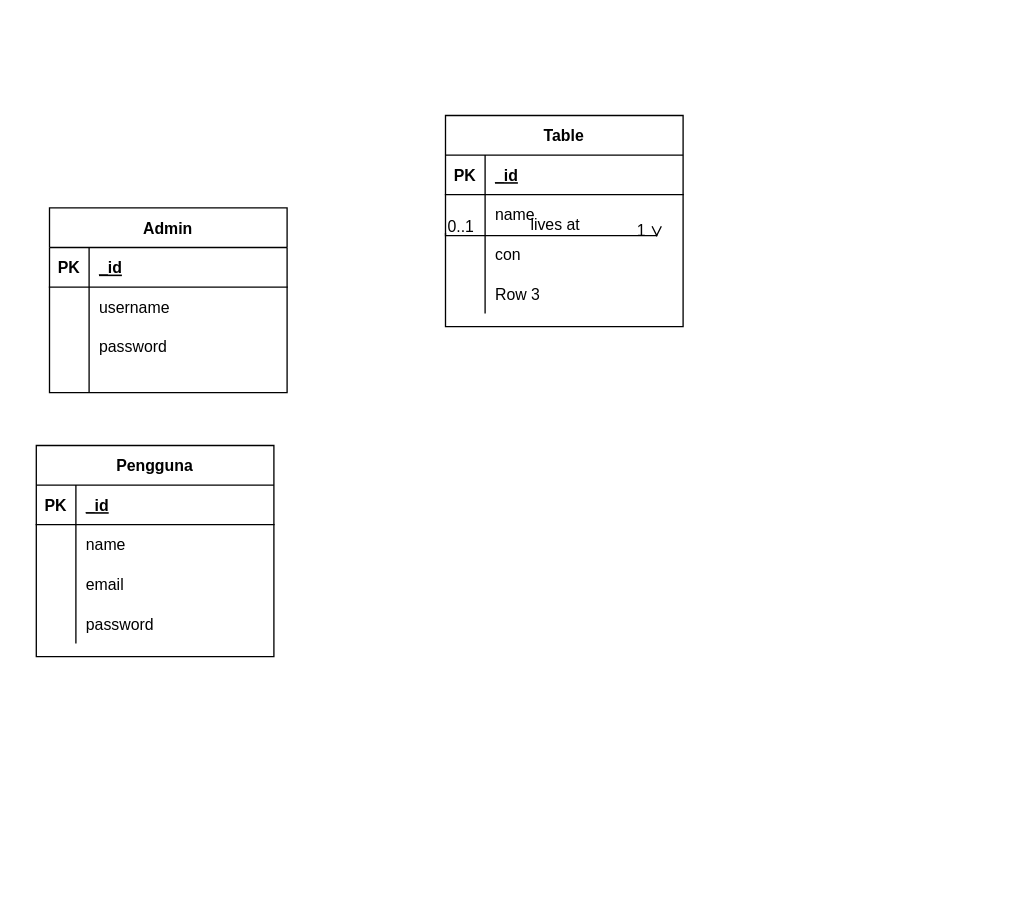
zarmintaa/Skripsi keeps this draw.io diagram as Untitled Diagram.drawio. Above is the earlier version. Source tidied: cells renumbered, new cells numbered last; positions are measured from the earlier drawing's top-left corner, leaving out a move shared by most shapes. Both pictures are drawn from the tidied source at 132%, with x=0, y=0 at pixel (36, 115).
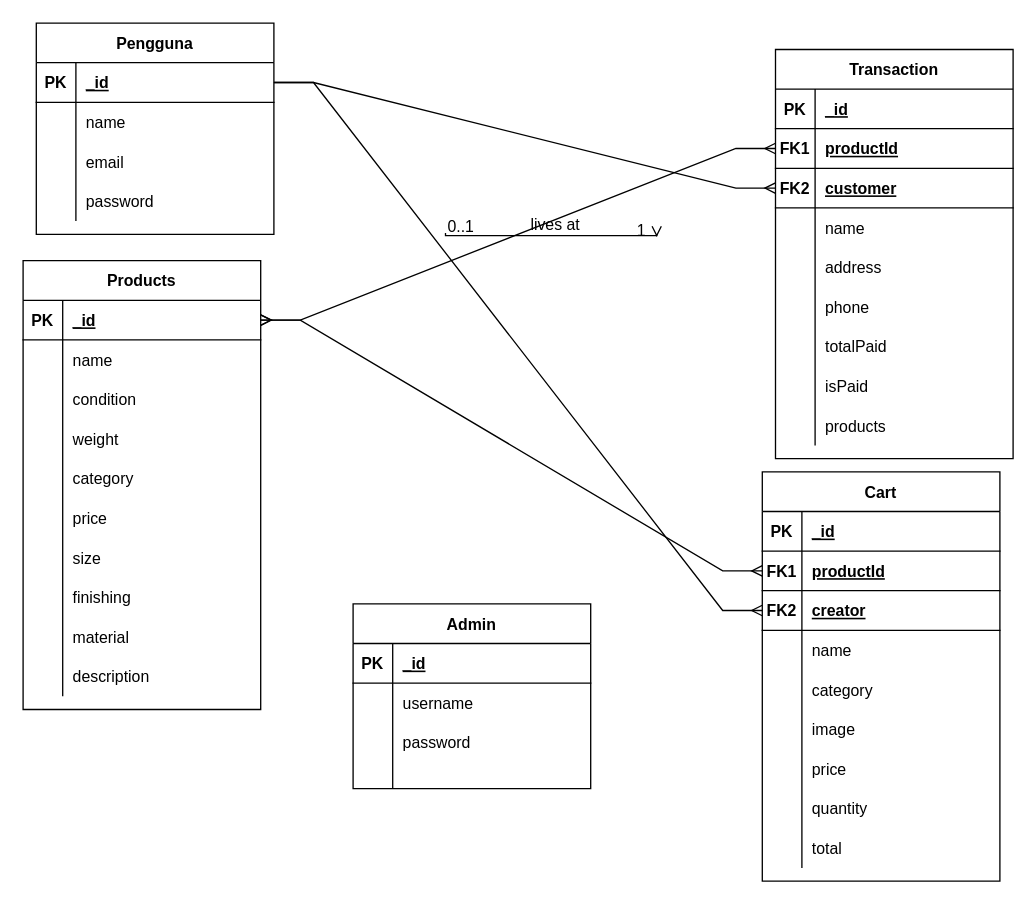
The same diagram, later.

Unchanged cells that the change refers to:
```xml
<mxCell id="20" style="shape=tableRow;horizontal=0;startSize=0;swimlaneHead=0;swimlaneBody=0;fillColor=none;points=[[0,0.5],[1,0.5]];portConstraint=eastwest;top=0;left=0;right=0;bottom=1;" parent="19" vertex="1">
  <mxGeometry y="30" width="180" height="30" as="geometry" />
</mxCell>
<mxCell id="33" style="shape=tableRow;horizontal=0;startSize=0;swimlaneHead=0;swimlaneBody=0;fillColor=none;points=[[0,0.5],[1,0.5]];portConstraint=eastwest;top=0;left=0;right=0;bottom=1;" parent="32" vertex="1">
  <mxGeometry y="30" width="180" height="30" as="geometry" />
</mxCell>
<mxCell id="39" style="shape=tableRow;horizontal=0;startSize=0;swimlaneHead=0;swimlaneBody=0;fillColor=none;top=0;left=0;right=0;bottom=0;" parent="32" vertex="1">
  <mxGeometry y="90" width="180" height="30" as="geometry" />
</mxCell>
<mxCell id="42" style="shape=tableRow;horizontal=0;startSize=0;swimlaneHead=0;swimlaneBody=0;fillColor=none;top=0;left=0;right=0;bottom=0;" parent="32" vertex="1">
  <mxGeometry y="120" width="180" height="30" as="geometry" />
</mxCell>
```

Change to the diagram source:
```diff
@@
     <mxCell id="6" value="Admin" style="shape=table;startSize=30;childLayout=tableLayout;rowLines=0;fontStyle=1;align=center;" parent="1" vertex="1">
-      <mxGeometry x="10" y="70" width="180" height="140" as="geometry" />
+      <mxGeometry x="240" y="370" width="180" height="140" as="geometry" />
     </mxCell>
@@
     <mxCell id="19" value="Pengguna" style="shape=table;startSize=30;childLayout=tableLayout;rowLines=0;fontStyle=1;align=center;" parent="1" vertex="1">
-      <mxGeometry y="250" width="180" height="160" as="geometry" />
+      <mxGeometry y="-70" width="180" height="160" as="geometry" />
     </mxCell>
@@
-    <mxCell id="32" value="Table" style="shape=table;startSize=30;childLayout=tableLayout;rowLines=0;fontStyle=1;align=center;" parent="1" vertex="1">
-      <mxGeometry x="310" width="180" height="160" as="geometry" />
+    <mxCell id="32" value="Products" style="shape=table;startSize=30;childLayout=tableLayout;rowLines=0;fontStyle=1;align=center;" parent="1" vertex="1">
+      <mxGeometry x="-10" y="110" width="180" height="340" as="geometry" />
     </mxCell>
@@
-    <mxCell id="41" value="con" style="shape=partialRectangle;fillColor=none;top=0;left=0;bottom=0;right=0;align=left;spacingLeft=6;overflow=hidden;" parent="39" vertex="1">
+    <mxCell id="41" value="condition" style="shape=partialRectangle;fillColor=none;top=0;left=0;bottom=0;right=0;align=left;spacingLeft=6;overflow=hidden;" parent="39" vertex="1">
       <mxGeometry x="30" width="150" height="30" as="geometry" />
     </mxCell>
@@
-    <mxCell id="44" value="Row 3" style="shape=partialRectangle;fillColor=none;top=0;left=0;bottom=0;right=0;align=left;spacingLeft=6;overflow=hidden;" parent="42" vertex="1">
+    <mxCell id="44" value="weight" style="shape=partialRectangle;fillColor=none;top=0;left=0;bottom=0;right=0;align=left;spacingLeft=6;overflow=hidden;" parent="42" vertex="1">
       <mxGeometry x="30" width="150" height="30" as="geometry" />
     </mxCell>
+    <mxCell id="45" style="shape=tableRow;horizontal=0;startSize=0;swimlaneHead=0;swimlaneBody=0;fillColor=none;top=0;left=0;right=0;bottom=0;" parent="32" vertex="1">
+      <mxGeometry y="150" width="180" height="30" as="geometry" />
+    </mxCell>
+    <mxCell id="46" style="shape=partialRectangle;fillColor=none;top=0;left=0;bottom=0;right=0;overflow=hidden;" parent="45" vertex="1">
+      <mxGeometry width="30" height="30" as="geometry" />
+    </mxCell>
+    <mxCell id="47" value="category" style="shape=partialRectangle;fillColor=none;top=0;left=0;bottom=0;right=0;align=left;spacingLeft=6;overflow=hidden;" parent="45" vertex="1">
+      <mxGeometry x="30" width="150" height="30" as="geometry" />
+    </mxCell>
+    <mxCell id="48" style="shape=tableRow;horizontal=0;startSize=0;swimlaneHead=0;swimlaneBody=0;fillColor=none;top=0;left=0;right=0;bottom=0;" parent="32" vertex="1">
+      <mxGeometry y="180" width="180" height="30" as="geometry" />
+    </mxCell>
+    <mxCell id="49" style="shape=partialRectangle;fillColor=none;top=0;left=0;bottom=0;right=0;overflow=hidden;" parent="48" vertex="1">
+      <mxGeometry width="30" height="30" as="geometry" />
+    </mxCell>
+    <mxCell id="50" value="price" style="shape=partialRectangle;fillColor=none;top=0;left=0;bottom=0;right=0;align=left;spacingLeft=6;overflow=hidden;" parent="48" vertex="1">
+      <mxGeometry x="30" width="150" height="30" as="geometry" />
+    </mxCell>
+    <mxCell id="51" style="shape=tableRow;horizontal=0;startSize=0;swimlaneHead=0;swimlaneBody=0;fillColor=none;top=0;left=0;right=0;bottom=0;" parent="32" vertex="1">
+      <mxGeometry y="210" width="180" height="30" as="geometry" />
+    </mxCell>
+    <mxCell id="52" style="shape=partialRectangle;fillColor=none;top=0;left=0;bottom=0;right=0;overflow=hidden;" parent="51" vertex="1">
+      <mxGeometry width="30" height="30" as="geometry" />
+    </mxCell>
+    <mxCell id="53" value="size" style="shape=partialRectangle;fillColor=none;top=0;left=0;bottom=0;right=0;align=left;spacingLeft=6;overflow=hidden;" parent="51" vertex="1">
+      <mxGeometry x="30" width="150" height="30" as="geometry" />
+    </mxCell>
+    <mxCell id="54" style="shape=tableRow;horizontal=0;startSize=0;swimlaneHead=0;swimlaneBody=0;fillColor=none;top=0;left=0;right=0;bottom=0;" parent="32" vertex="1">
+      <mxGeometry y="240" width="180" height="30" as="geometry" />
+    </mxCell>
+    <mxCell id="55" style="shape=partialRectangle;fillColor=none;top=0;left=0;bottom=0;right=0;overflow=hidden;" parent="54" vertex="1">
+      <mxGeometry width="30" height="30" as="geometry" />
+    </mxCell>
+    <mxCell id="56" value="finishing" style="shape=partialRectangle;fillColor=none;top=0;left=0;bottom=0;right=0;align=left;spacingLeft=6;overflow=hidden;" parent="54" vertex="1">
+      <mxGeometry x="30" width="150" height="30" as="geometry" />
+    </mxCell>
+    <mxCell id="57" style="shape=tableRow;horizontal=0;startSize=0;swimlaneHead=0;swimlaneBody=0;fillColor=none;top=0;left=0;right=0;bottom=0;" parent="32" vertex="1">
+      <mxGeometry y="270" width="180" height="30" as="geometry" />
+    </mxCell>
+    <mxCell id="58" style="shape=partialRectangle;fillColor=none;top=0;left=0;bottom=0;right=0;overflow=hidden;" parent="57" vertex="1">
+      <mxGeometry width="30" height="30" as="geometry" />
+    </mxCell>
+    <mxCell id="59" value="material" style="shape=partialRectangle;fillColor=none;top=0;left=0;bottom=0;right=0;align=left;spacingLeft=6;overflow=hidden;" parent="57" vertex="1">
+      <mxGeometry x="30" width="150" height="30" as="geometry" />
+    </mxCell>
+    <mxCell id="60" style="shape=tableRow;horizontal=0;startSize=0;swimlaneHead=0;swimlaneBody=0;fillColor=none;top=0;left=0;right=0;bottom=0;" parent="32" vertex="1">
+      <mxGeometry y="300" width="180" height="30" as="geometry" />
+    </mxCell>
+    <mxCell id="61" style="shape=partialRectangle;fillColor=none;top=0;left=0;bottom=0;right=0;overflow=hidden;" parent="60" vertex="1">
+      <mxGeometry width="30" height="30" as="geometry" />
+    </mxCell>
+    <mxCell id="62" value="description" style="shape=partialRectangle;fillColor=none;top=0;left=0;bottom=0;right=0;align=left;spacingLeft=6;overflow=hidden;" parent="60" vertex="1">
+      <mxGeometry x="30" width="150" height="30" as="geometry" />
+    </mxCell>
+    <mxCell id="63" value="Cart" style="shape=table;startSize=30;childLayout=tableLayout;rowLines=0;fontStyle=1;align=center;strokeColor=default;" parent="1" vertex="1">
+      <mxGeometry x="550" y="270" width="180" height="310" as="geometry" />
+    </mxCell>
+    <mxCell id="64" style="shape=tableRow;horizontal=0;startSize=0;swimlaneHead=0;swimlaneBody=0;fillColor=none;top=0;left=0;right=0;bottom=1;strokeColor=default;" parent="63" vertex="1">
+      <mxGeometry y="30" width="180" height="30" as="geometry" />
+    </mxCell>
+    <mxCell id="65" value="PK" style="shape=partialRectangle;fillColor=none;top=0;left=0;bottom=0;right=0;fontStyle=1;overflow=hidden;strokeColor=default;" parent="64" vertex="1">
+      <mxGeometry width="30" height="30" as="geometry" />
+    </mxCell>
+    <mxCell id="66" value="_id" style="shape=partialRectangle;fillColor=none;top=0;left=0;bottom=0;right=0;align=left;spacingLeft=6;fontStyle=5;overflow=hidden;strokeColor=default;" parent="64" vertex="1">
+      <mxGeometry x="30" width="150" height="30" as="geometry" />
+    </mxCell>
+    <mxCell id="67" style="shape=tableRow;horizontal=0;startSize=0;swimlaneHead=0;swimlaneBody=0;fillColor=none;points=[[0,0.5],[1,0.5]];portConstraint=eastwest;top=0;left=0;right=0;bottom=1;strokeColor=default;" parent="63" vertex="1">
+      <mxGeometry y="60" width="180" height="30" as="geometry" />
+    </mxCell>
+    <mxCell id="68" value="FK1" style="shape=partialRectangle;fillColor=none;top=0;left=0;bottom=0;right=0;fontStyle=1;overflow=hidden;strokeColor=default;" parent="67" vertex="1">
+      <mxGeometry width="30" height="30" as="geometry" />
+    </mxCell>
+    <mxCell id="69" value="productId" style="shape=partialRectangle;fillColor=none;top=0;left=0;bottom=0;right=0;align=left;spacingLeft=6;fontStyle=5;overflow=hidden;strokeColor=default;" parent="67" vertex="1">
+      <mxGeometry x="30" width="150" height="30" as="geometry" />
+    </mxCell>
+    <mxCell id="70" style="shape=tableRow;horizontal=0;startSize=0;swimlaneHead=0;swimlaneBody=0;fillColor=none;points=[[0,0.5],[1,0.5]];portConstraint=eastwest;top=0;left=0;right=0;bottom=1;strokeColor=default;" parent="63" vertex="1">
+      <mxGeometry y="90" width="180" height="30" as="geometry" />
+    </mxCell>
+    <mxCell id="71" value="FK2" style="shape=partialRectangle;fillColor=none;top=0;left=0;bottom=0;right=0;fontStyle=1;overflow=hidden;strokeColor=default;" parent="70" vertex="1">
+      <mxGeometry width="30" height="30" as="geometry" />
+    </mxCell>
+    <mxCell id="72" value="creator" style="shape=partialRectangle;fillColor=none;top=0;left=0;bottom=0;right=0;align=left;spacingLeft=6;fontStyle=5;overflow=hidden;strokeColor=default;" parent="70" vertex="1">
+      <mxGeometry x="30" width="150" height="30" as="geometry" />
+    </mxCell>
+    <mxCell id="73" style="shape=tableRow;horizontal=0;startSize=0;swimlaneHead=0;swimlaneBody=0;fillColor=none;top=0;left=0;right=0;bottom=0;strokeColor=default;" parent="63" vertex="1">
+      <mxGeometry y="120" width="180" height="30" as="geometry" />
+    </mxCell>
+    <mxCell id="74" style="shape=partialRectangle;fillColor=none;top=0;left=0;bottom=0;right=0;overflow=hidden;strokeColor=default;" parent="73" vertex="1">
+      <mxGeometry width="30" height="30" as="geometry" />
+    </mxCell>
+    <mxCell id="75" value="name" style="shape=partialRectangle;fillColor=none;top=0;left=0;bottom=0;right=0;align=left;spacingLeft=6;overflow=hidden;strokeColor=default;" parent="73" vertex="1">
+      <mxGeometry x="30" width="150" height="30" as="geometry" />
+    </mxCell>
+    <mxCell id="76" style="shape=tableRow;horizontal=0;startSize=0;swimlaneHead=0;swimlaneBody=0;fillColor=none;top=0;left=0;right=0;bottom=0;strokeColor=default;" parent="63" vertex="1">
+      <mxGeometry y="150" width="180" height="30" as="geometry" />
+    </mxCell>
+    <mxCell id="77" style="shape=partialRectangle;fillColor=none;top=0;left=0;bottom=0;right=0;overflow=hidden;strokeColor=default;" parent="76" vertex="1">
+      <mxGeometry width="30" height="30" as="geometry" />
+    </mxCell>
+    <mxCell id="78" value="category" style="shape=partialRectangle;fillColor=none;top=0;left=0;bottom=0;right=0;align=left;spacingLeft=6;overflow=hidden;strokeColor=default;" parent="76" vertex="1">
+      <mxGeometry x="30" width="150" height="30" as="geometry" />
+    </mxCell>
+    <mxCell id="79" style="shape=tableRow;horizontal=0;startSize=0;swimlaneHead=0;swimlaneBody=0;fillColor=none;top=0;left=0;right=0;bottom=0;strokeColor=default;" parent="63" vertex="1">
+      <mxGeometry y="180" width="180" height="30" as="geometry" />
+    </mxCell>
+    <mxCell id="80" style="shape=partialRectangle;fillColor=none;top=0;left=0;bottom=0;right=0;overflow=hidden;strokeColor=default;" parent="79" vertex="1">
+      <mxGeometry width="30" height="30" as="geometry" />
+    </mxCell>
+    <mxCell id="81" value="image" style="shape=partialRectangle;fillColor=none;top=0;left=0;bottom=0;right=0;align=left;spacingLeft=6;overflow=hidden;strokeColor=default;" parent="79" vertex="1">
+      <mxGeometry x="30" width="150" height="30" as="geometry" />
+    </mxCell>
+    <mxCell id="82" style="shape=tableRow;horizontal=0;startSize=0;swimlaneHead=0;swimlaneBody=0;fillColor=none;top=0;left=0;right=0;bottom=0;strokeColor=default;" parent="63" vertex="1">
+      <mxGeometry y="210" width="180" height="30" as="geometry" />
+    </mxCell>
+    <mxCell id="83" style="shape=partialRectangle;fillColor=none;top=0;left=0;bottom=0;right=0;overflow=hidden;strokeColor=default;" parent="82" vertex="1">
+      <mxGeometry width="30" height="30" as="geometry" />
+    </mxCell>
+    <mxCell id="84" value="price" style="shape=partialRectangle;fillColor=none;top=0;left=0;bottom=0;right=0;align=left;spacingLeft=6;overflow=hidden;strokeColor=default;" parent="82" vertex="1">
+      <mxGeometry x="30" width="150" height="30" as="geometry" />
+    </mxCell>
+    <mxCell id="85" style="shape=tableRow;horizontal=0;startSize=0;swimlaneHead=0;swimlaneBody=0;fillColor=none;top=0;left=0;right=0;bottom=0;strokeColor=default;" parent="63" vertex="1">
+      <mxGeometry y="240" width="180" height="30" as="geometry" />
+    </mxCell>
+    <mxCell id="86" style="shape=partialRectangle;fillColor=none;top=0;left=0;bottom=0;right=0;overflow=hidden;strokeColor=default;" parent="85" vertex="1">
+      <mxGeometry width="30" height="30" as="geometry" />
+    </mxCell>
+    <mxCell id="87" value="quantity" style="shape=partialRectangle;fillColor=none;top=0;left=0;bottom=0;right=0;align=left;spacingLeft=6;overflow=hidden;strokeColor=default;" parent="85" vertex="1">
+      <mxGeometry x="30" width="150" height="30" as="geometry" />
+    </mxCell>
+    <mxCell id="88" style="shape=tableRow;horizontal=0;startSize=0;swimlaneHead=0;swimlaneBody=0;fillColor=none;top=0;left=0;right=0;bottom=0;strokeColor=default;" parent="63" vertex="1">
+      <mxGeometry y="270" width="180" height="30" as="geometry" />
+    </mxCell>
+    <mxCell id="89" style="shape=partialRectangle;fillColor=none;top=0;left=0;bottom=0;right=0;overflow=hidden;strokeColor=default;" parent="88" vertex="1">
+      <mxGeometry width="30" height="30" as="geometry" />
+    </mxCell>
+    <mxCell id="90" value="total" style="shape=partialRectangle;fillColor=none;top=0;left=0;bottom=0;right=0;align=left;spacingLeft=6;overflow=hidden;strokeColor=default;" parent="88" vertex="1">
+      <mxGeometry x="30" width="150" height="30" as="geometry" />
+    </mxCell>
+    <mxCell id="91" value="Transaction" style="shape=table;startSize=30;childLayout=tableLayout;rowLines=0;fontStyle=1;align=center;strokeColor=default;" parent="1" vertex="1">
+      <mxGeometry x="560" y="-50" width="180" height="310" as="geometry" />
+    </mxCell>
+    <mxCell id="92" style="shape=tableRow;horizontal=0;startSize=0;swimlaneHead=0;swimlaneBody=0;fillColor=none;top=0;left=0;right=0;bottom=1;strokeColor=default;" parent="91" vertex="1">
+      <mxGeometry y="30" width="180" height="30" as="geometry" />
+    </mxCell>
+    <mxCell id="93" value="PK" style="shape=partialRectangle;fillColor=none;top=0;left=0;bottom=0;right=0;fontStyle=1;overflow=hidden;strokeColor=default;" parent="92" vertex="1">
+      <mxGeometry width="30" height="30" as="geometry" />
+    </mxCell>
+    <mxCell id="94" value="_id" style="shape=partialRectangle;fillColor=none;top=0;left=0;bottom=0;right=0;align=left;spacingLeft=6;fontStyle=5;overflow=hidden;strokeColor=default;" parent="92" vertex="1">
+      <mxGeometry x="30" width="150" height="30" as="geometry" />
+    </mxCell>
+    <mxCell id="95" style="shape=tableRow;horizontal=0;startSize=0;swimlaneHead=0;swimlaneBody=0;fillColor=none;points=[[0,0.5],[1,0.5]];portConstraint=eastwest;top=0;left=0;right=0;bottom=1;strokeColor=default;" parent="91" vertex="1">
+      <mxGeometry y="60" width="180" height="30" as="geometry" />
+    </mxCell>
+    <mxCell id="96" value="FK1" style="shape=partialRectangle;fillColor=none;top=0;left=0;bottom=0;right=0;fontStyle=1;overflow=hidden;strokeColor=default;" parent="95" vertex="1">
+      <mxGeometry width="30" height="30" as="geometry" />
+    </mxCell>
+    <mxCell id="97" value="productId" style="shape=partialRectangle;fillColor=none;top=0;left=0;bottom=0;right=0;align=left;spacingLeft=6;fontStyle=5;overflow=hidden;strokeColor=default;" parent="95" vertex="1">
+      <mxGeometry x="30" width="150" height="30" as="geometry" />
+    </mxCell>
+    <mxCell id="98" style="shape=tableRow;horizontal=0;startSize=0;swimlaneHead=0;swimlaneBody=0;fillColor=none;points=[[0,0.5],[1,0.5]];portConstraint=eastwest;top=0;left=0;right=0;bottom=1;strokeColor=default;" parent="91" vertex="1">
+      <mxGeometry y="90" width="180" height="30" as="geometry" />
+    </mxCell>
+    <mxCell id="99" value="FK2" style="shape=partialRectangle;fillColor=none;top=0;left=0;bottom=0;right=0;fontStyle=1;overflow=hidden;strokeColor=default;" parent="98" vertex="1">
+      <mxGeometry width="30" height="30" as="geometry" />
+    </mxCell>
+    <mxCell id="100" value="customer" style="shape=partialRectangle;fillColor=none;top=0;left=0;bottom=0;right=0;align=left;spacingLeft=6;fontStyle=5;overflow=hidden;strokeColor=default;" parent="98" vertex="1">
+      <mxGeometry x="30" width="150" height="30" as="geometry" />
+    </mxCell>
+    <mxCell id="101" style="shape=tableRow;horizontal=0;startSize=0;swimlaneHead=0;swimlaneBody=0;fillColor=none;top=0;left=0;right=0;bottom=0;strokeColor=default;" parent="91" vertex="1">
+      <mxGeometry y="120" width="180" height="30" as="geometry" />
+    </mxCell>
+    <mxCell id="102" style="shape=partialRectangle;fillColor=none;top=0;left=0;bottom=0;right=0;overflow=hidden;strokeColor=default;" parent="101" vertex="1">
+      <mxGeometry width="30" height="30" as="geometry" />
+    </mxCell>
+    <mxCell id="103" value="name" style="shape=partialRectangle;fillColor=none;top=0;left=0;bottom=0;right=0;align=left;spacingLeft=6;overflow=hidden;strokeColor=default;" parent="101" vertex="1">
+      <mxGeometry x="30" width="150" height="30" as="geometry" />
+    </mxCell>
+    <mxCell id="104" style="shape=tableRow;horizontal=0;startSize=0;swimlaneHead=0;swimlaneBody=0;fillColor=none;top=0;left=0;right=0;bottom=0;strokeColor=default;" parent="91" vertex="1">
+      <mxGeometry y="150" width="180" height="30" as="geometry" />
+    </mxCell>
+    <mxCell id="105" style="shape=partialRectangle;fillColor=none;top=0;left=0;bottom=0;right=0;overflow=hidden;strokeColor=default;" parent="104" vertex="1">
+      <mxGeometry width="30" height="30" as="geometry" />
+    </mxCell>
+    <mxCell id="106" value="address" style="shape=partialRectangle;fillColor=none;top=0;left=0;bottom=0;right=0;align=left;spacingLeft=6;overflow=hidden;strokeColor=default;" parent="104" vertex="1">
+      <mxGeometry x="30" width="150" height="30" as="geometry" />
+    </mxCell>
+    <mxCell id="107" style="shape=tableRow;horizontal=0;startSize=0;swimlaneHead=0;swimlaneBody=0;fillColor=none;top=0;left=0;right=0;bottom=0;strokeColor=default;" parent="91" vertex="1">
+      <mxGeometry y="180" width="180" height="30" as="geometry" />
+    </mxCell>
+    <mxCell id="108" style="shape=partialRectangle;fillColor=none;top=0;left=0;bottom=0;right=0;overflow=hidden;strokeColor=default;" parent="107" vertex="1">
+      <mxGeometry width="30" height="30" as="geometry" />
+    </mxCell>
+    <mxCell id="109" value="phone" style="shape=partialRectangle;fillColor=none;top=0;left=0;bottom=0;right=0;align=left;spacingLeft=6;overflow=hidden;strokeColor=default;" parent="107" vertex="1">
+      <mxGeometry x="30" width="150" height="30" as="geometry" />
+    </mxCell>
+    <mxCell id="110" style="shape=tableRow;horizontal=0;startSize=0;swimlaneHead=0;swimlaneBody=0;fillColor=none;top=0;left=0;right=0;bottom=0;strokeColor=default;" parent="91" vertex="1">
+      <mxGeometry y="210" width="180" height="30" as="geometry" />
+    </mxCell>
+    <mxCell id="111" style="shape=partialRectangle;fillColor=none;top=0;left=0;bottom=0;right=0;overflow=hidden;strokeColor=default;" parent="110" vertex="1">
+      <mxGeometry width="30" height="30" as="geometry" />
+    </mxCell>
+    <mxCell id="112" value="totalPaid" style="shape=partialRectangle;fillColor=none;top=0;left=0;bottom=0;right=0;align=left;spacingLeft=6;overflow=hidden;strokeColor=default;" parent="110" vertex="1">
+      <mxGeometry x="30" width="150" height="30" as="geometry" />
+    </mxCell>
+    <mxCell id="113" style="shape=tableRow;horizontal=0;startSize=0;swimlaneHead=0;swimlaneBody=0;fillColor=none;top=0;left=0;right=0;bottom=0;strokeColor=default;" parent="91" vertex="1">
+      <mxGeometry y="240" width="180" height="30" as="geometry" />
+    </mxCell>
+    <mxCell id="114" style="shape=partialRectangle;fillColor=none;top=0;left=0;bottom=0;right=0;overflow=hidden;strokeColor=default;" parent="113" vertex="1">
+      <mxGeometry width="30" height="30" as="geometry" />
+    </mxCell>
+    <mxCell id="115" value="isPaid" style="shape=partialRectangle;fillColor=none;top=0;left=0;bottom=0;right=0;align=left;spacingLeft=6;overflow=hidden;strokeColor=default;" parent="113" vertex="1">
+      <mxGeometry x="30" width="150" height="30" as="geometry" />
+    </mxCell>
+    <mxCell id="116" style="shape=tableRow;horizontal=0;startSize=0;swimlaneHead=0;swimlaneBody=0;fillColor=none;top=0;left=0;right=0;bottom=0;strokeColor=default;" parent="91" vertex="1">
+      <mxGeometry y="270" width="180" height="30" as="geometry" />
+    </mxCell>
+    <mxCell id="117" style="shape=partialRectangle;fillColor=none;top=0;left=0;bottom=0;right=0;overflow=hidden;strokeColor=default;" parent="116" vertex="1">
+      <mxGeometry width="30" height="30" as="geometry" />
+    </mxCell>
+    <mxCell id="118" value="products" style="shape=partialRectangle;fillColor=none;top=0;left=0;bottom=0;right=0;align=left;spacingLeft=6;overflow=hidden;strokeColor=default;" parent="116" vertex="1">
+      <mxGeometry x="30" width="150" height="30" as="geometry" />
+    </mxCell>
+    <mxCell id="119" style="edgeStyle=entityRelationEdgeStyle;fontSize=12;html=1;endArrow=ERmany;startArrow=ERmany;rounded=0;exitX=1;exitY=0.5;exitDx=0;exitDy=0;entryX=0;entryY=0.5;entryDx=0;entryDy=0;" parent="1" edge="1" source="33" target="95">
+      <mxGeometry relative="1" as="geometry" />
+    </mxCell>
+    <mxCell id="120" style="edgeStyle=entityRelationEdgeStyle;fontSize=12;html=1;endArrow=ERmany;rounded=0;exitX=1;exitY=0.5;exitDx=0;exitDy=0;entryX=0;entryY=0.5;entryDx=0;entryDy=0;" parent="1" edge="1" source="20" target="98">
+      <mxGeometry relative="1" as="geometry" />
+    </mxCell>
+    <mxCell id="121" style="edgeStyle=entityRelationEdgeStyle;fontSize=12;html=1;endArrow=ERmany;startArrow=ERmany;rounded=0;exitX=1;exitY=0.5;exitDx=0;exitDy=0;entryX=0;entryY=0.5;entryDx=0;entryDy=0;" parent="1" edge="1" source="33" target="67">
+      <mxGeometry relative="1" as="geometry" />
+    </mxCell>
+    <mxCell id="122" style="edgeStyle=entityRelationEdgeStyle;fontSize=12;html=1;endArrow=ERmany;rounded=0;entryX=0;entryY=0.5;entryDx=0;entryDy=0;exitX=1;exitY=0.5;exitDx=0;exitDy=0;" parent="1" edge="1" source="20" target="70">
+      <mxGeometry relative="1" as="geometry" />
+    </mxCell>
```
